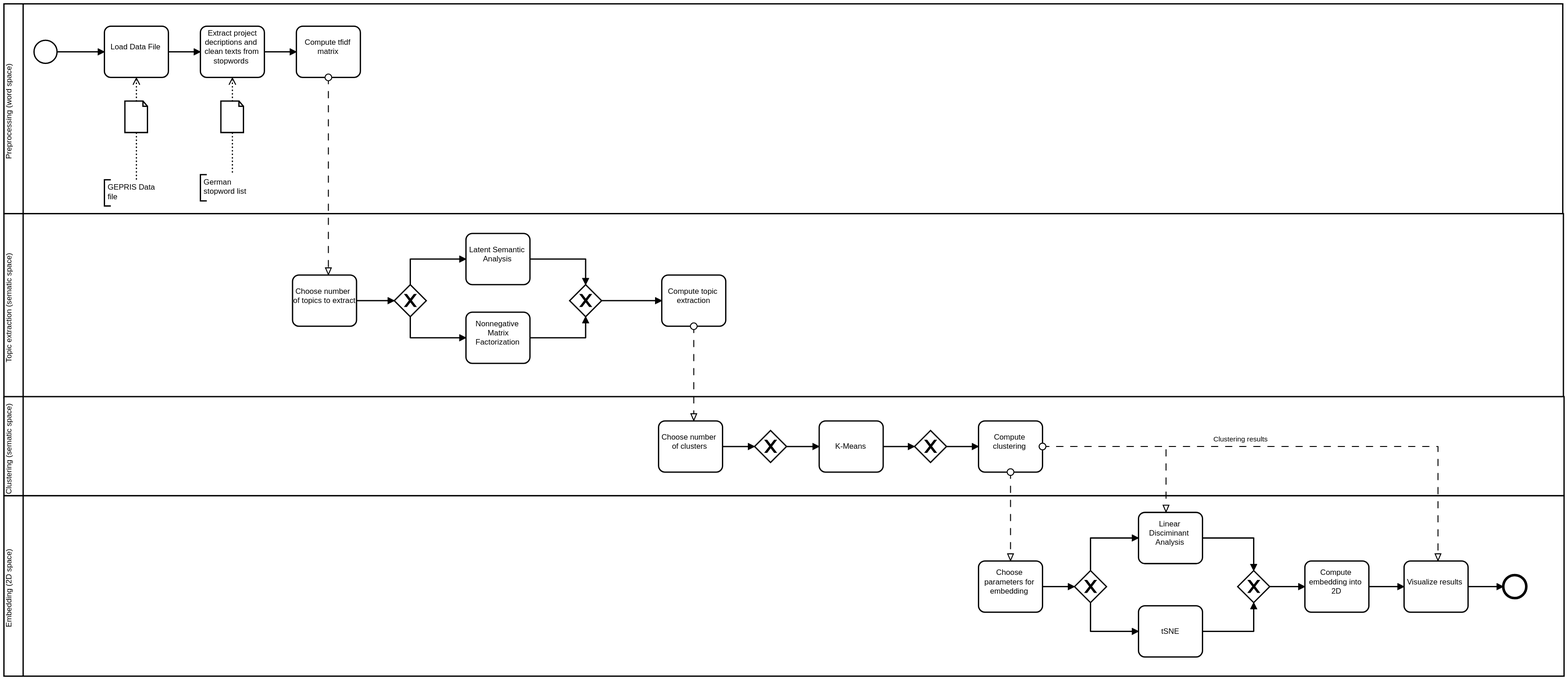
This is src/rpcserver/nlp/nlpflowchart.svg from FUB-HCC/IKON-backend, a BPMN export, as it was before one commit. Its source is kept beside it as src/rpcserver/nlp/nlpflowchart.bpmn. Ids are renumbered.
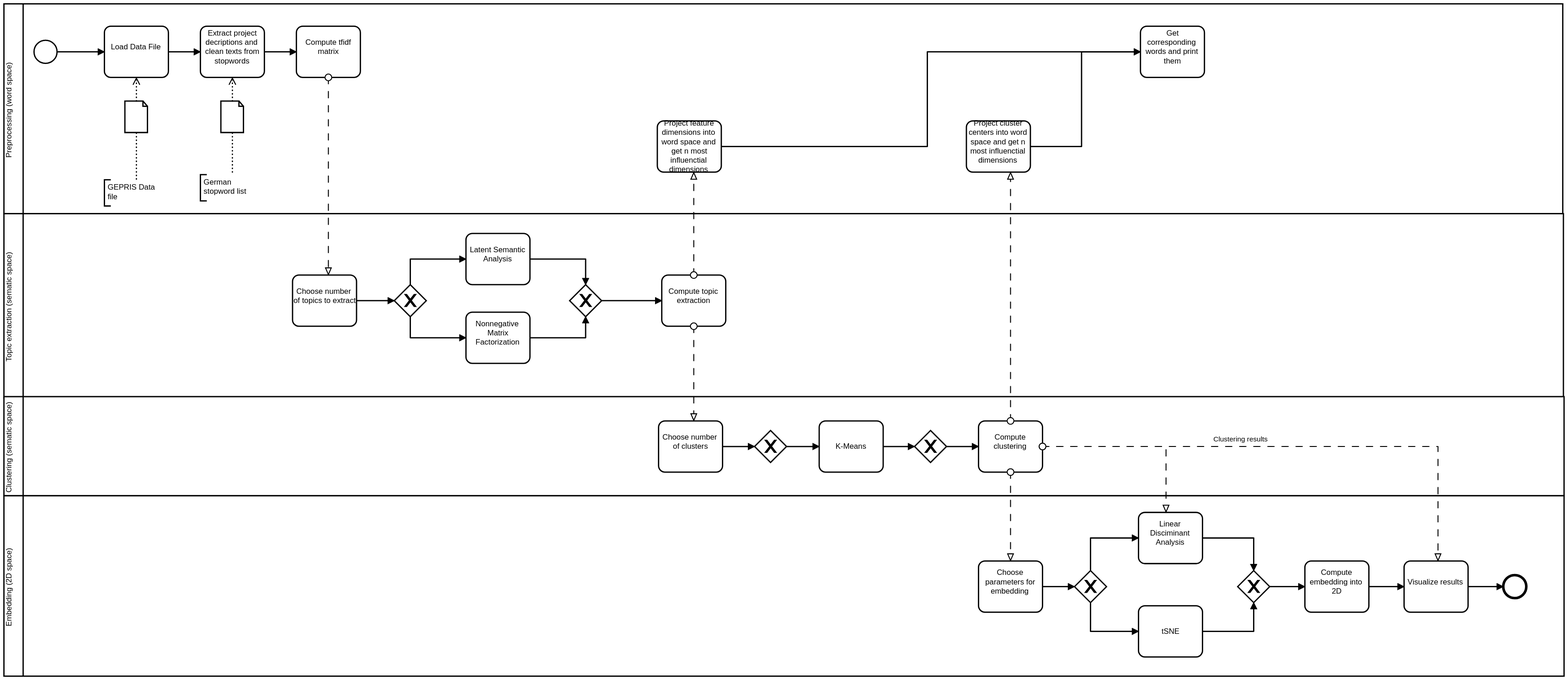
Above is the later version.

Commit message:
Updated NLP flowchart

What changed in the source:
```diff
@@ -9,6 +9,8 @@
     <bpmn:messageFlow id="MessageFlow_n16" sourceRef="Task_n17" targetRef="Task_n18" />
     <bpmn:messageFlow id="MessageFlow_n19" sourceRef="Task_n17" targetRef="Task_n20" />
     <bpmn:messageFlow id="MessageFlow_n21" name="Clustering results&#10;" sourceRef="Task_n17" targetRef="Task_n22" />
+    <bpmn:messageFlow id="MessageFlow_n72" sourceRef="Task_n17" targetRef="Task_n73" />
+    <bpmn:messageFlow id="MessageFlow_n74" sourceRef="Task_n14" targetRef="Task_n75" />
   </bpmn:collaboration>
   <bpmn:process id="Process_1" isExecutable="false">
     <bpmn:laneSet id="LaneSet_n23" />
@@ -43,13 +45,23 @@
     <bpmn:dataObject id="DataObject_n37" />
     <bpmn:sequenceFlow id="SequenceFlow_n27" sourceRef="Task_n26" targetRef="Task_n31" />
     <bpmn:sequenceFlow id="SequenceFlow_n32" sourceRef="Task_n31" targetRef="Task_n11" />
+    <bpmn:sequenceFlow id="SequenceFlow_n76" sourceRef="Task_n73" targetRef="Task_n77" />
+    <bpmn:sequenceFlow id="SequenceFlow_n78" sourceRef="Task_n75" targetRef="Task_n77" />
+    <bpmn:task id="Task_n73" name="Project cluster centers into word space and get n most influenctial dimensions&#10;">
+      <bpmn:outgoing>SequenceFlow_n76</bpmn:outgoing>
+    </bpmn:task>
+    <bpmn:task id="Task_n75" name="Project feature dimensions into word space and get n most influenctial dimensions">
+      <bpmn:outgoing>SequenceFlow_n78</bpmn:outgoing>
+    </bpmn:task>
+    <bpmn:task id="Task_n77" name="Get corresponding words and print them&#10;">
+      <bpmn:incoming>SequenceFlow_n76</bpmn:incoming>
+      <bpmn:incoming>SequenceFlow_n78</bpmn:incoming>
+    </bpmn:task>
     <bpmn:textAnnotation id="TextAnnotation_n38">
-      <bpmn:text>German stopword list
-</bpmn:text>
+      <bpmn:text>German stopword list</bpmn:text>
     </bpmn:textAnnotation>
     <bpmn:textAnnotation id="TextAnnotation_n39">
-      <bpmn:text>GEPRIS Data file
-</bpmn:text>
+      <bpmn:text>GEPRIS Data file</bpmn:text>
     </bpmn:textAnnotation>
     <bpmn:association id="Association_n40" sourceRef="DataObjectReference_n35" targetRef="TextAnnotation_n38" />
     <bpmn:association id="Association_n41" sourceRef="DataObjectReference_n30" targetRef="TextAnnotation_n39" />
@@ -380,6 +392,35 @@
         <di:waypoint x="174" y="247" />
         <di:waypoint x="248" y="247" />
       </bpmndi:BPMNEdge>
+      <bpmndi:BPMNShape id="Task_n73_di" bpmnElement="Task_n73">
+        <dc:Bounds x="1595.037037037037" y="355" width="100" height="80" />
+      </bpmndi:BPMNShape>
+      <bpmndi:BPMNEdge id="MessageFlow_n72_di" bpmnElement="MessageFlow_n72">
+        <di:waypoint x="1664" y="824" />
+        <di:waypoint x="1664" y="435" />
+      </bpmndi:BPMNEdge>
+      <bpmndi:BPMNShape id="Task_n75_di" bpmnElement="Task_n75">
+        <dc:Bounds x="1112.037037037037" y="355.07142857142856" width="100" height="80" />
+      </bpmndi:BPMNShape>
+      <bpmndi:BPMNEdge id="MessageFlow_n74_di" bpmnElement="MessageFlow_n74">
+        <di:waypoint x="1169" y="596" />
+        <di:waypoint x="1169" y="435" />
+      </bpmndi:BPMNEdge>
+      <bpmndi:BPMNShape id="Task_n77_di" bpmnElement="Task_n77">
+        <dc:Bounds x="1867.037037037037" y="207" width="100" height="80" />
+      </bpmndi:BPMNShape>
+      <bpmndi:BPMNEdge id="SequenceFlow_n76_di" bpmnElement="SequenceFlow_n76">
+        <di:waypoint x="1695" y="395" />
+        <di:waypoint x="1775" y="395" />
+        <di:waypoint x="1775" y="247" />
+        <di:waypoint x="1867" y="247" />
+      </bpmndi:BPMNEdge>
+      <bpmndi:BPMNEdge id="SequenceFlow_n78_di" bpmnElement="SequenceFlow_n78">
+        <di:waypoint x="1212" y="395" />
+        <di:waypoint x="1534" y="395" />
+        <di:waypoint x="1534" y="247" />
+        <di:waypoint x="1867" y="247" />
+      </bpmndi:BPMNEdge>
     </bpmndi:BPMNPlane>
   </bpmndi:BPMNDiagram>
 </bpmn:definitions>
```
